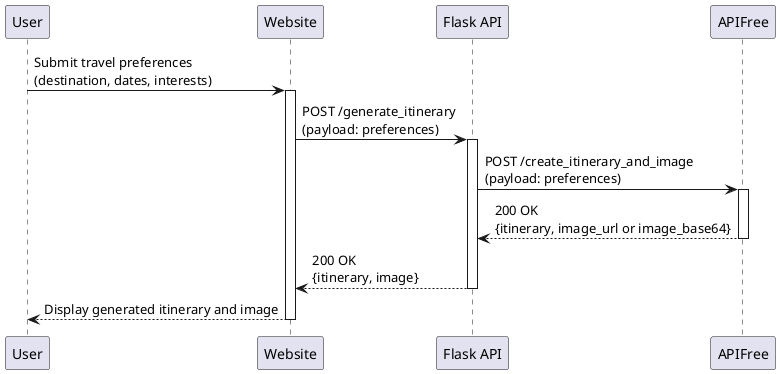
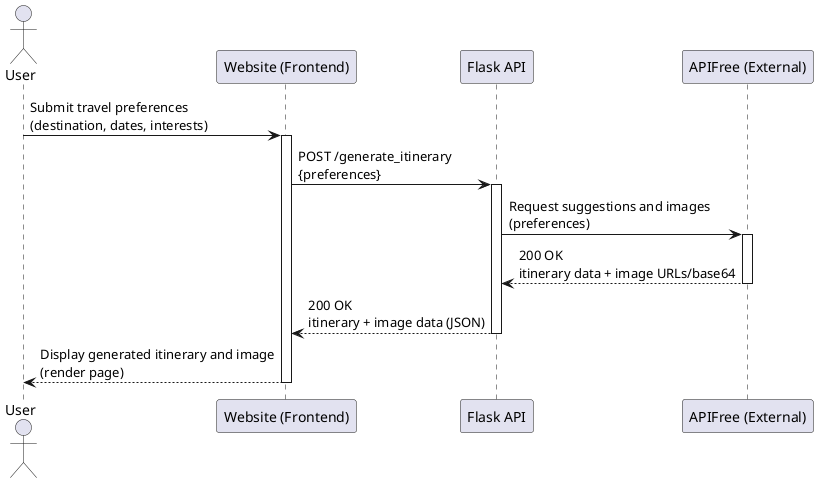
@startuml
- participant User
- participant Website
- participant "Flask API" as API
- participant "APIFree" as APIFree
+ actor User
+ participant "Website (Frontend)" as Website
+ participant "Flask API" as Flask
+ participant "APIFree (External)" as APIFree

User -> Website: Submit travel preferences\n(destination, dates, interests)
activate Website

- Website -> API: POST /generate_itinerary\n(payload: preferences)
- activate API
+ Website -> Flask: POST /generate_itinerary\n{preferences}
+ activate Flask

- API -> APIFree: POST /create_itinerary_and_image\n(payload: preferences)
+ Flask -> APIFree: Request suggestions and images\n(preferences)
activate APIFree

- APIFree --> API: 200 OK\n{itinerary, image_url or image_base64}
+ APIFree --> Flask: 200 OK\nitinerary data + image URLs/base64
deactivate APIFree

- API --> Website: 200 OK\n{itinerary, image}
- deactivate API
+ Flask --> Website: 200 OK\nitinerary + image data (JSON)
+ deactivate Flask

- Website --> User: Display generated itinerary and image
+ Website --> User: Display generated itinerary and image\n(render page)
deactivate Website
@enduml